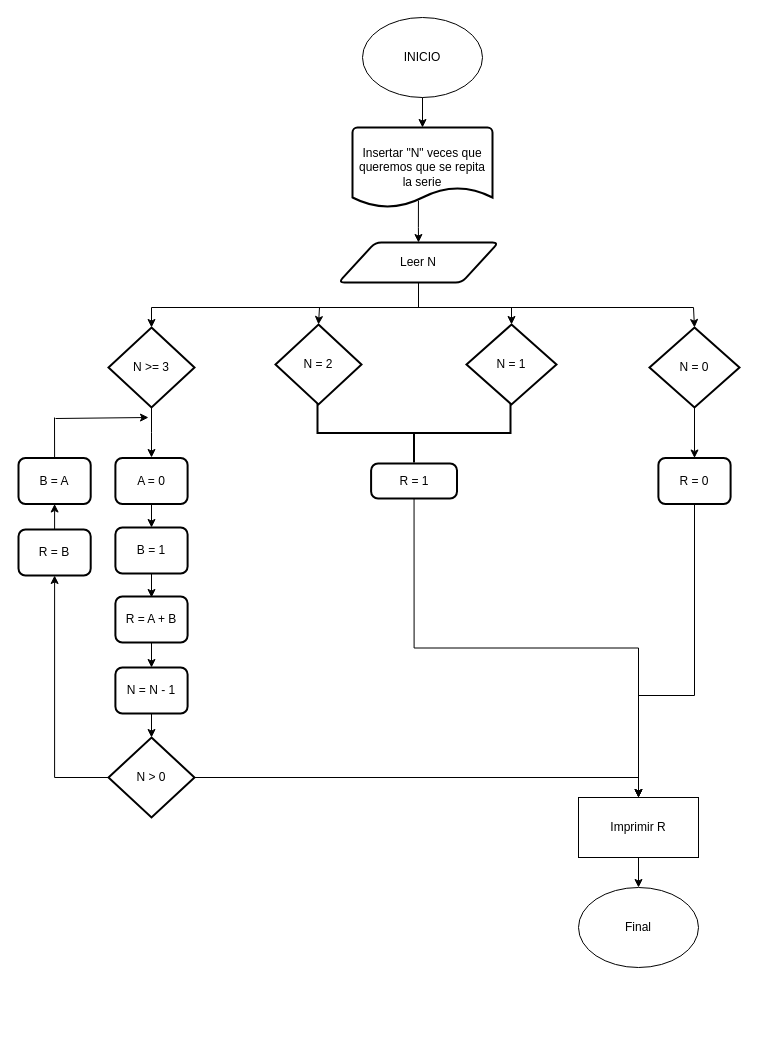
This is Fibonacci.drawio from alejandrorestrepoj/DiagramaFlujo, a draw.io file, before an edit. Source tidied: cells renumbered, new cells numbered last; positions are measured from the earlier drawing's top-left corner, leaving out a move shared by most shapes. Both pictures are drawn from the tidied source at 100%, with x=0, y=0 at pixel (18, 17).
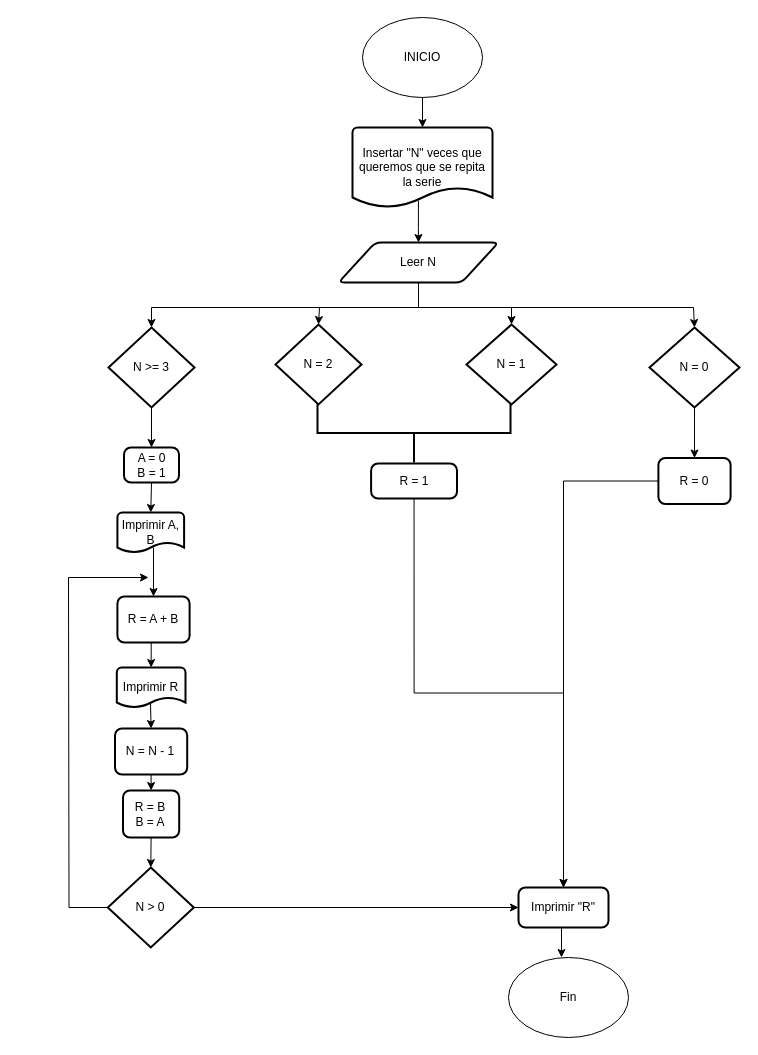
The same page after the edit.

The change refers to these unchanged cells:
```xml
<mxCell id="8" value="N &amp;gt;= 3" style="strokeWidth=2;html=1;shape=mxgraph.flowchart.decision;whiteSpace=wrap;" parent="1" vertex="1">
  <mxGeometry x="90" y="310" width="86" height="80" as="geometry" />
</mxCell>
<mxCell id="15" value="R = 1" style="rounded=1;whiteSpace=wrap;html=1;absoluteArcSize=1;arcSize=14;strokeWidth=2;" parent="1" vertex="1">
  <mxGeometry x="352.6" y="446" width="85.9" height="35" as="geometry" />
</mxCell>
<mxCell id="37" value="R = 0" style="rounded=1;whiteSpace=wrap;html=1;absoluteArcSize=1;arcSize=14;strokeWidth=2;" parent="1" vertex="1">
  <mxGeometry x="639.9" y="440.5" width="72.2" height="46" as="geometry" />
</mxCell>
```

What changed in the source:
```diff
@@
-    <mxCell id="7" style="edgeStyle=orthogonalEdgeStyle;rounded=0;jettySize=auto;html=1;" parent="1" edge="1" source="8">
-      <mxGeometry relative="1" as="geometry">
-        <mxPoint x="133" y="440" as="targetPoint" />
-      </mxGeometry>
-    </mxCell>
+    <mxCell id="41" style="edgeStyle=orthogonalEdgeStyle;rounded=0;jettySize=auto;html=1;exitX=0.5;exitY=1;exitDx=0;exitDy=0;exitPerimeter=0;entryX=0.5;entryY=0;entryDx=0;entryDy=0;" parent="1" edge="1" source="8" target="22">
+      <mxGeometry relative="1" as="geometry" />
+    </mxCell>
@@
-    <mxCell id="14" style="edgeStyle=orthogonalEdgeStyle;rounded=0;jettySize=auto;html=1;exitX=0.5;exitY=1;exitDx=0;exitDy=0;entryX=0.5;entryY=0;entryDx=0;entryDy=0;" parent="1" edge="1" source="15" target="39">
-      <mxGeometry relative="1" as="geometry" />
-    </mxCell>
+    <mxCell id="42" style="edgeStyle=orthogonalEdgeStyle;rounded=0;jettySize=auto;html=1;exitX=0.5;exitY=1;exitDx=0;exitDy=0;entryX=0.5;entryY=0;entryDx=0;entryDy=0;" parent="1" edge="1" source="15" target="54">
+      <mxGeometry relative="1" as="geometry" />
+    </mxCell>
@@
-    <mxCell id="20" value="B = 1" style="rounded=1;whiteSpace=wrap;html=1;absoluteArcSize=1;arcSize=14;strokeWidth=2;" parent="1" vertex="1">
-      <mxGeometry x="96.9" y="510" width="72.2" height="46" as="geometry" />
-    </mxCell>
-    <mxCell id="21" style="edgeStyle=orthogonalEdgeStyle;rounded=0;jettySize=auto;html=1;exitX=0.5;exitY=1;exitDx=0;exitDy=0;entryX=0.5;entryY=0;entryDx=0;entryDy=0;" parent="1" edge="1" source="22" target="20">
-      <mxGeometry relative="1" as="geometry" />
-    </mxCell>
-    <mxCell id="22" value="A = 0" style="rounded=1;whiteSpace=wrap;html=1;absoluteArcSize=1;arcSize=14;strokeWidth=2;" parent="1" vertex="1">
-      <mxGeometry x="96.9" y="440.5" width="72.2" height="46" as="geometry" />
+    <mxCell id="22" value="A = 0&lt;br&gt;B = 1" style="rounded=1;whiteSpace=wrap;html=1;absoluteArcSize=1;arcSize=14;strokeWidth=2;" parent="1" vertex="1">
+      <mxGeometry x="105.5" y="430" width="55" height="35" as="geometry" />
     </mxCell>
-    <mxCell id="23" style="edgeStyle=orthogonalEdgeStyle;rounded=0;jettySize=auto;html=1;exitX=0.5;exitY=1;exitDx=0;exitDy=0;entryX=0.5;entryY=0;entryDx=0;entryDy=0;entryPerimeter=0;" parent="1" edge="1" source="20">
-      <mxGeometry relative="1" as="geometry">
-        <mxPoint x="133" y="580" as="targetPoint" />
-      </mxGeometry>
-    </mxCell>
-    <mxCell id="24" style="edgeStyle=orthogonalEdgeStyle;rounded=0;jettySize=auto;html=1;exitX=0.5;exitY=1;exitDx=0;exitDy=0;entryX=0.5;entryY=0;entryDx=0;entryDy=0;" parent="1" edge="1" source="25" target="26">
-      <mxGeometry relative="1" as="geometry" />
-    </mxCell>
     <mxCell id="25" value="R = A + B" style="rounded=1;whiteSpace=wrap;html=1;absoluteArcSize=1;arcSize=14;strokeWidth=2;" parent="1" vertex="1">
-      <mxGeometry x="96.9" y="579" width="72.2" height="46" as="geometry" />
+      <mxGeometry x="98.9" y="579" width="72.2" height="46" as="geometry" />
     </mxCell>
+    <mxCell id="43" style="edgeStyle=orthogonalEdgeStyle;rounded=0;jettySize=auto;html=1;exitX=0.5;exitY=1;exitDx=0;exitDy=0;entryX=0.5;entryY=0;entryDx=0;entryDy=0;" parent="1" edge="1" source="26" target="32">
+      <mxGeometry relative="1" as="geometry" />
+    </mxCell>
     <mxCell id="26" value="N = N - 1" style="rounded=1;whiteSpace=wrap;html=1;absoluteArcSize=1;arcSize=14;strokeWidth=2;" parent="1" vertex="1">
-      <mxGeometry x="96.9" y="650" width="72.2" height="46" as="geometry" />
+      <mxGeometry x="96.5" y="711" width="72.2" height="46" as="geometry" />
     </mxCell>
-    <mxCell id="27" style="edgeStyle=orthogonalEdgeStyle;rounded=0;jettySize=auto;html=1;exitX=0;exitY=0.5;exitDx=0;exitDy=0;exitPerimeter=0;" parent="1" edge="1" source="29" target="32">
-      <mxGeometry relative="1" as="geometry" />
-    </mxCell>
-    <mxCell id="28" style="edgeStyle=orthogonalEdgeStyle;rounded=0;jettySize=auto;html=1;exitX=1;exitY=0.5;exitDx=0;exitDy=0;exitPerimeter=0;entryX=0.5;entryY=0;entryDx=0;entryDy=0;" parent="1" edge="1" source="29" target="39">
-      <mxGeometry relative="1" as="geometry">
-        <Array as="points">
-          <mxPoint x="620" y="760" />
-        </Array>
-      </mxGeometry>
-    </mxCell>
+    <mxCell id="44" style="edgeStyle=orthogonalEdgeStyle;rounded=0;jettySize=auto;html=1;exitX=0;exitY=0.5;exitDx=0;exitDy=0;exitPerimeter=0;endArrow=none;startFill=0;" parent="1" edge="1" source="29">
+      <mxGeometry relative="1" as="geometry">
+        <mxPoint x="50" y="560" as="targetPoint" />
+      </mxGeometry>
+    </mxCell>
+    <mxCell id="45" style="edgeStyle=orthogonalEdgeStyle;rounded=0;jettySize=auto;html=1;" parent="1" edge="1" source="29" target="54">
+      <mxGeometry relative="1" as="geometry" />
+    </mxCell>
     <mxCell id="29" value="N &amp;gt; 0" style="strokeWidth=2;html=1;shape=mxgraph.flowchart.decision;whiteSpace=wrap;" parent="1" vertex="1">
-      <mxGeometry x="90" y="720" width="86" height="80" as="geometry" />
+      <mxGeometry x="89.3" y="850" width="86" height="80" as="geometry" />
     </mxCell>
-    <mxCell id="30" style="edgeStyle=orthogonalEdgeStyle;rounded=0;jettySize=auto;html=1;exitX=0.5;exitY=1;exitDx=0;exitDy=0;entryX=0.5;entryY=0;entryDx=0;entryDy=0;entryPerimeter=0;" parent="1" edge="1" source="26" target="29">
-      <mxGeometry relative="1" as="geometry" />
-    </mxCell>
-    <mxCell id="31" style="edgeStyle=orthogonalEdgeStyle;rounded=0;jettySize=auto;html=1;exitX=0.5;exitY=0;exitDx=0;exitDy=0;entryX=0.5;entryY=1;entryDx=0;entryDy=0;" parent="1" edge="1" source="32" target="33">
-      <mxGeometry relative="1" as="geometry" />
-    </mxCell>
-    <mxCell id="32" value="R = B" style="rounded=1;whiteSpace=wrap;html=1;absoluteArcSize=1;arcSize=14;strokeWidth=2;" parent="1" vertex="1">
-      <mxGeometry y="512" width="72.2" height="46" as="geometry" />
+    <mxCell id="32" value="R = B&lt;div&gt;B = A&lt;/div&gt;" style="rounded=1;whiteSpace=wrap;html=1;absoluteArcSize=1;arcSize=14;strokeWidth=2;" parent="1" vertex="1">
+      <mxGeometry x="104.5" y="773" width="56.2" height="47" as="geometry" />
     </mxCell>
-    <mxCell id="33" value="B = A" style="rounded=1;whiteSpace=wrap;html=1;absoluteArcSize=1;arcSize=14;strokeWidth=2;" parent="1" vertex="1">
-      <mxGeometry y="440.5" width="72.2" height="46" as="geometry" />
-    </mxCell>
-    <mxCell id="34" style="endArrow=none;html=1;rounded=0;exitX=0.5;exitY=0;exitDx=0;exitDy=0;" parent="1" edge="1" source="33">
-      <mxGeometry relative="1" as="geometry">
-        <mxPoint x="36" y="400" as="targetPoint" />
-      </mxGeometry>
-    </mxCell>
-    <mxCell id="35" style="endArrow=classic;html=1;rounded=0;" parent="1" edge="1">
-      <mxGeometry relative="1" as="geometry">
-        <mxPoint x="37" y="401" as="sourcePoint" />
-        <mxPoint x="130" y="400" as="targetPoint" />
-      </mxGeometry>
-    </mxCell>
-    <mxCell id="36" style="edgeStyle=orthogonalEdgeStyle;rounded=0;jettySize=auto;html=1;entryX=0.5;entryY=0;entryDx=0;entryDy=0;" parent="1" edge="1" source="37" target="39">
-      <mxGeometry relative="1" as="geometry">
-        <Array as="points">
-          <mxPoint x="676" y="678" />
-          <mxPoint x="620" y="678" />
-        </Array>
-      </mxGeometry>
-    </mxCell>
+    <mxCell id="46" style="edgeStyle=orthogonalEdgeStyle;rounded=0;jettySize=auto;html=1;entryX=0.5;entryY=0;entryDx=0;entryDy=0;" parent="1" edge="1" source="37" target="54">
+      <mxGeometry relative="1" as="geometry" />
+    </mxCell>
@@
-    <mxCell id="38" style="edgeStyle=orthogonalEdgeStyle;rounded=0;jettySize=auto;html=1;exitX=0.5;exitY=1;exitDx=0;exitDy=0;entryX=0.5;entryY=0;entryDx=0;entryDy=0;" parent="1" edge="1" source="39" target="40">
-      <mxGeometry relative="1" as="geometry" />
-    </mxCell>
+    <mxCell id="47" style="edgeStyle=orthogonalEdgeStyle;rounded=0;jettySize=auto;html=1;entryX=0.5;entryY=0;entryDx=0;entryDy=0;exitX=0.49;exitY=0.825;exitDx=0;exitDy=0;exitPerimeter=0;" parent="1" edge="1" source="39" target="26">
+      <mxGeometry relative="1" as="geometry" />
+    </mxCell>
-    <mxCell id="39" value="Imprimir R" style="rounded=0;whiteSpace=wrap;html=1;" parent="1" vertex="1">
-      <mxGeometry x="560" y="780" width="120" height="60" as="geometry" />
+    <mxCell id="39" value="Imprimir R" style="strokeWidth=2;html=1;shape=mxgraph.flowchart.document2;whiteSpace=wrap;size=0.25;" parent="1" vertex="1">
+      <mxGeometry x="98.3" y="650" width="68.7" height="40" as="geometry" />
     </mxCell>
-    <mxCell id="40" value="Final" style="ellipse;whiteSpace=wrap;html=1;" parent="1" vertex="1">
-      <mxGeometry x="560" y="870" width="120" height="80" as="geometry" />
-    </mxCell>
+    <mxCell id="48" style="edgeStyle=orthogonalEdgeStyle;rounded=0;jettySize=auto;html=1;exitX=0.5;exitY=1;exitDx=0;exitDy=0;entryX=0.5;entryY=0;entryDx=0;entryDy=0;entryPerimeter=0;" parent="1" edge="1" source="25" target="39">
+      <mxGeometry relative="1" as="geometry" />
+    </mxCell>
+    <mxCell id="49" style="edgeStyle=orthogonalEdgeStyle;rounded=0;jettySize=auto;html=1;entryX=0.5;entryY=0;entryDx=0;entryDy=0;exitX=0.541;exitY=0.875;exitDx=0;exitDy=0;exitPerimeter=0;" parent="1" edge="1" source="50" target="25">
+      <mxGeometry relative="1" as="geometry" />
+    </mxCell>
+    <mxCell id="50" value="Imprimir A, B" style="strokeWidth=2;html=1;shape=mxgraph.flowchart.document2;whiteSpace=wrap;size=0.25;" parent="1" vertex="1">
+      <mxGeometry x="98.9" y="495" width="66.7" height="40" as="geometry" />
+    </mxCell>
+    <mxCell id="51" style="edgeStyle=orthogonalEdgeStyle;rounded=0;jettySize=auto;html=1;exitX=0.5;exitY=1;exitDx=0;exitDy=0;entryX=0.5;entryY=0;entryDx=0;entryDy=0;entryPerimeter=0;" parent="1" edge="1" source="22" target="50">
+      <mxGeometry relative="1" as="geometry" />
+    </mxCell>
+    <mxCell id="52" style="edgeStyle=orthogonalEdgeStyle;rounded=0;jettySize=auto;html=1;exitX=0.5;exitY=1;exitDx=0;exitDy=0;entryX=0.5;entryY=0;entryDx=0;entryDy=0;entryPerimeter=0;" parent="1" edge="1" source="32" target="29">
+      <mxGeometry relative="1" as="geometry" />
+    </mxCell>
+    <mxCell id="53" style="endArrow=classic;html=1;rounded=0;" parent="1" edge="1">
+      <mxGeometry relative="1" as="geometry">
+        <mxPoint x="50" y="560" as="sourcePoint" />
+        <mxPoint x="130" y="560" as="targetPoint" />
+      </mxGeometry>
+    </mxCell>
+    <mxCell id="54" value="Imprimir &quot;R&quot;" style="rounded=1;whiteSpace=wrap;html=1;absoluteArcSize=1;arcSize=14;strokeWidth=2;" parent="1" vertex="1">
+      <mxGeometry x="500" y="870" width="90" height="40" as="geometry" />
+    </mxCell>
+    <mxCell id="55" value="Fin" style="ellipse;whiteSpace=wrap;html=1;" parent="1" vertex="1">
+      <mxGeometry x="490" y="940" width="120" height="80" as="geometry" />
+    </mxCell>
+    <mxCell id="56" style="edgeStyle=orthogonalEdgeStyle;rounded=0;jettySize=auto;html=1;exitX=0.5;exitY=1;exitDx=0;exitDy=0;entryX=0.442;entryY=0;entryDx=0;entryDy=0;entryPerimeter=0;" parent="1" edge="1" source="54" target="55">
+      <mxGeometry relative="1" as="geometry" />
+    </mxCell>
```
